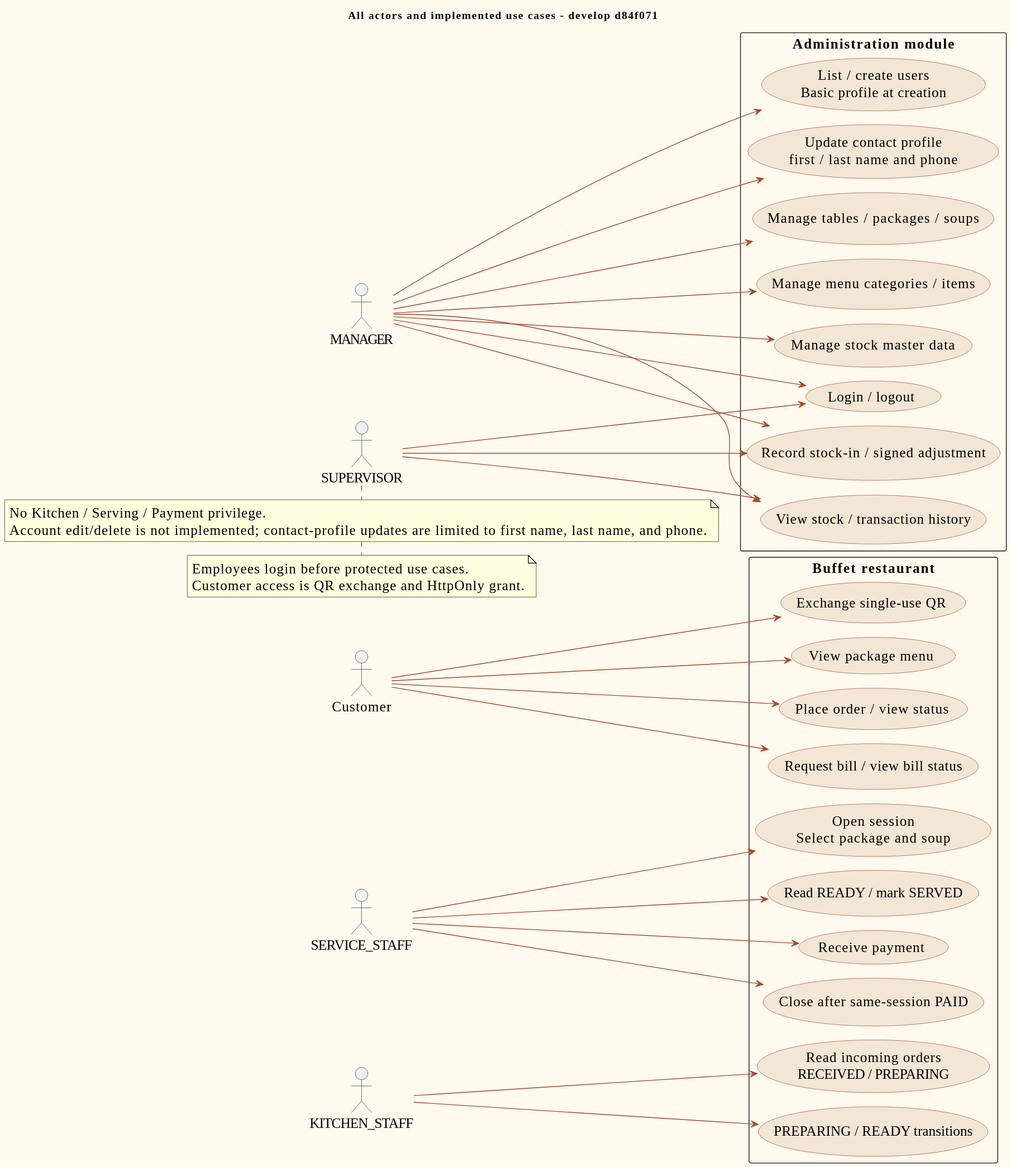
Earlier version of the PlantUML export doc/diagrams/previews/use-case.svg (PavaritPramual/buffet-restaurant-management-system).
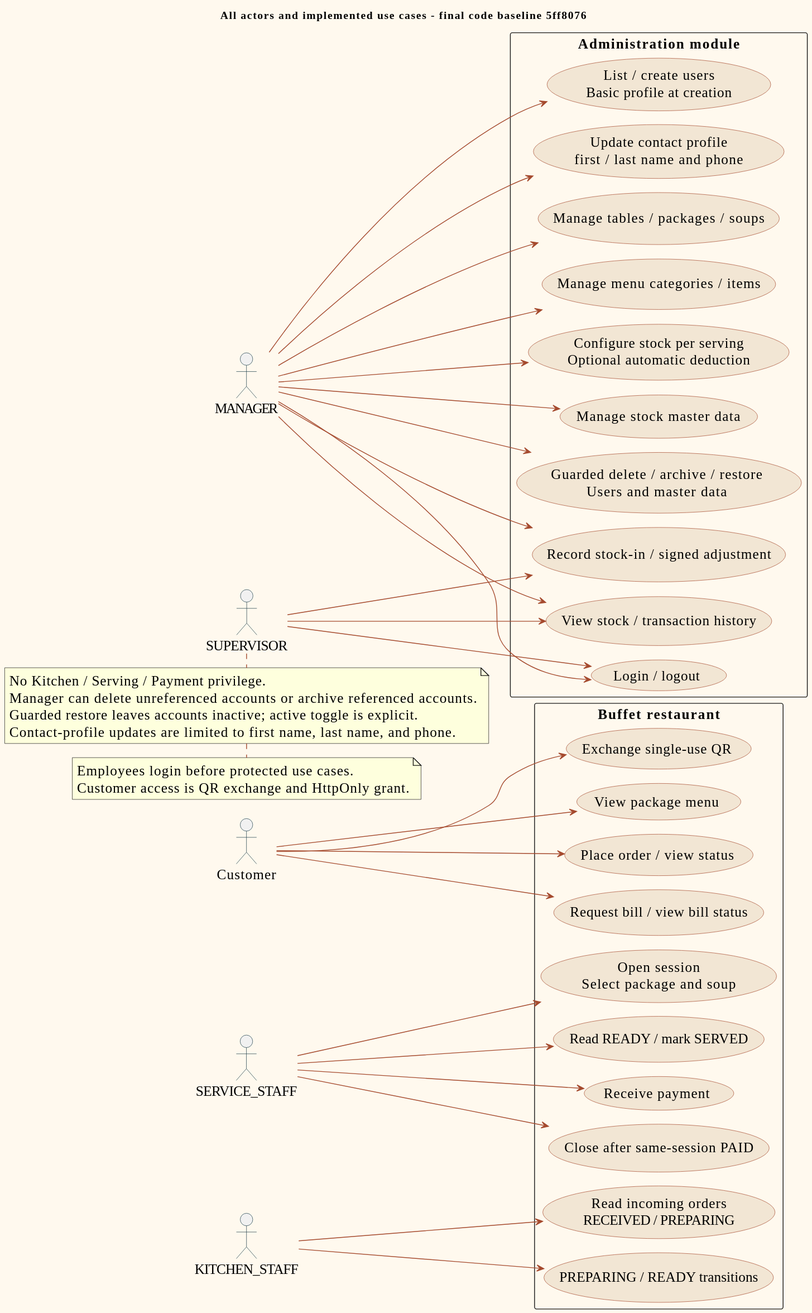
After the commit.

The edit, as a diff of the source:
```diff
@@ -11,7 +11,7 @@
 skinparam actorBorderColor #173A45
 skinparam usecaseBackgroundColor #F2E6D4
 skinparam usecaseBorderColor #A54A2E
-title All actors and implemented use cases - develop d84f071
+title All actors and implemented use cases - final code baseline 5ff8076
 left to right direction
 actor Customer
 actor "SERVICE_STAFF" as Staff
@@ -46,7 +46,9 @@
  usecase "Update contact profile\nfirst / last name and phone" as Profile
  usecase "Manage tables / packages / soups" as Catalog
  usecase "Manage menu categories / items" as AdminMenu
+ usecase "Configure stock per serving\nOptional automatic deduction" as Recipe
  usecase "Manage stock master data" as Master
+ usecase "Guarded delete / archive / restore\nUsers and master data" as Lifecycle
  usecase "View stock / transaction history" as Read
  usecase "Record stock-in / signed adjustment" as Move
 }
@@ -56,14 +58,18 @@
 Manager --> Profile
 Manager --> Catalog
 Manager --> AdminMenu
+Manager --> Recipe
 Manager --> Master
+Manager --> Lifecycle
 Manager --> Read
 Manager --> Move
 Supervisor --> Read
 Supervisor --> Move
 note bottom of Supervisor
 No Kitchen / Serving / Payment privilege.
-Account edit/delete is not implemented; contact-profile updates are limited to first name, last name, and phone.
+Manager can delete unreferenced accounts or archive referenced accounts.
+Guarded restore leaves accounts inactive; active toggle is explicit.
+Contact-profile updates are limited to first name, last name, and phone.
 end note
 note bottom
 Employees login before protected use cases.
```
